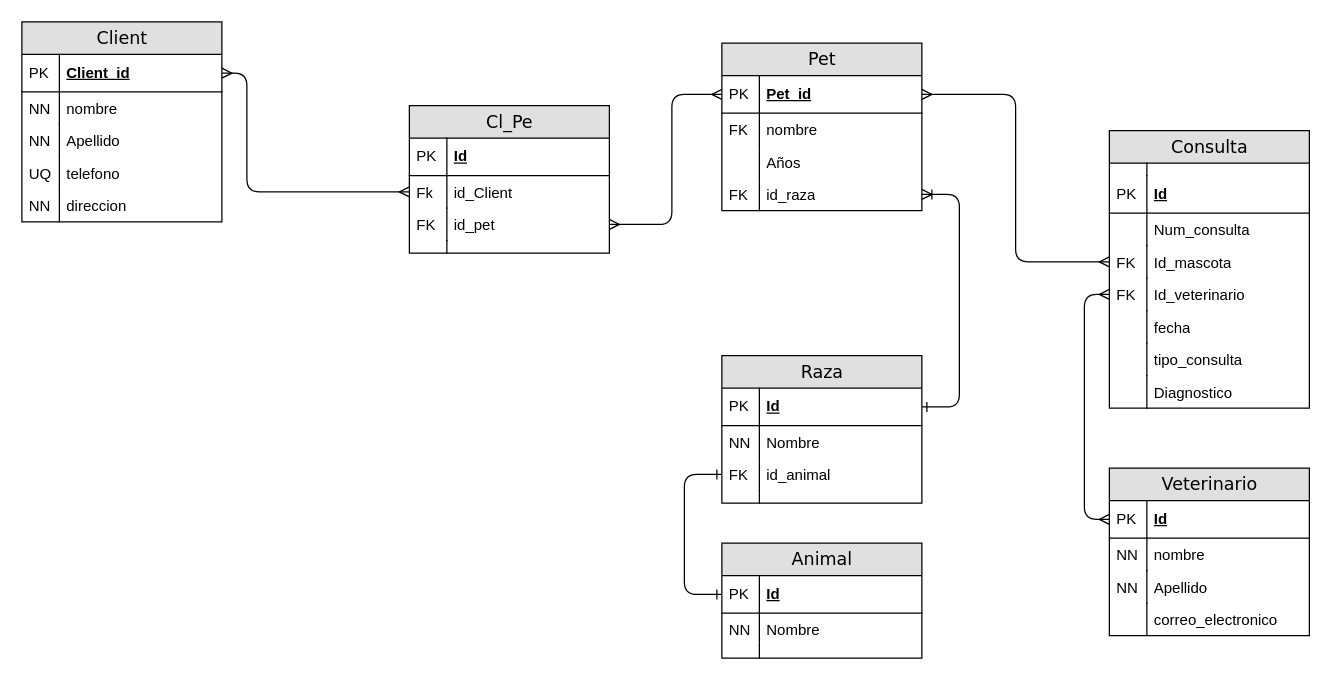
The draw.io diagram Diagrama sin título.drawio in Andres-Nicolas/Diagramas, before the edit. Source tidied: cells renumbered, new cells numbered last; positions are measured from the earlier drawing's top-left corner, leaving out a move shared by most shapes. Both pictures are drawn from the tidied source at 125%, with x=0, y=0 at pixel (21, 21).
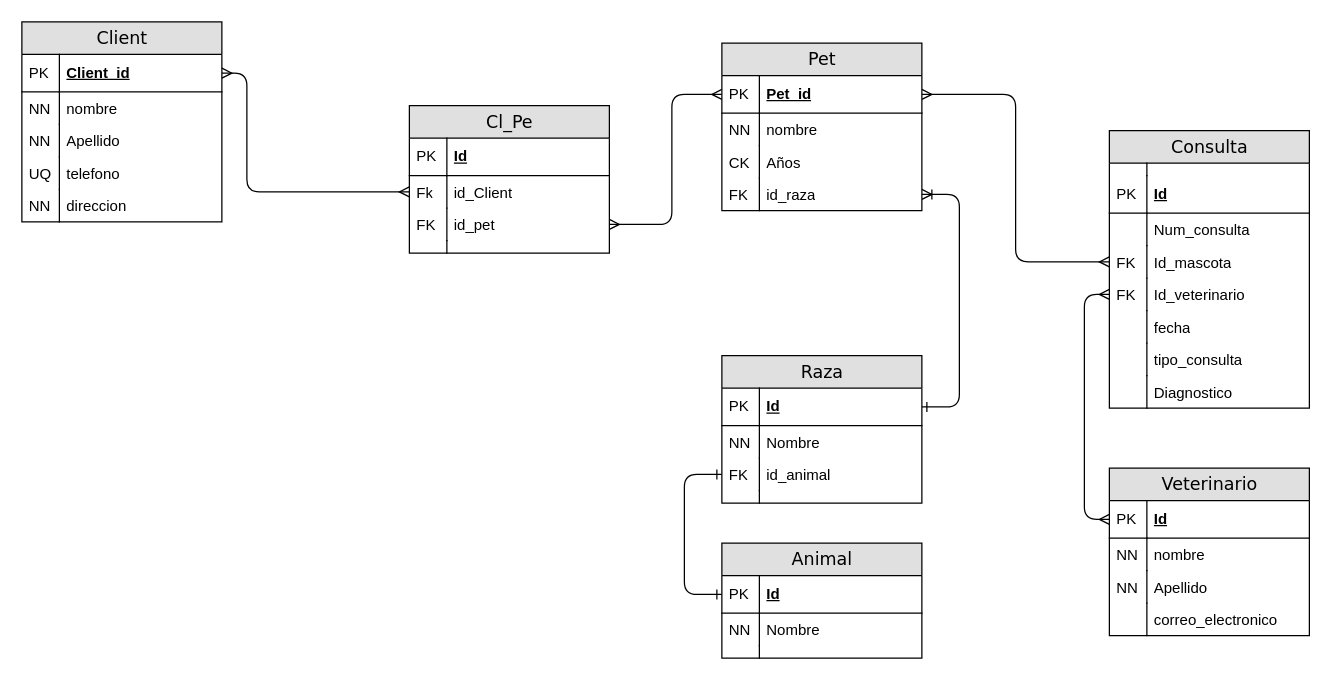
Above is the later version.

The change refers to these unchanged cells:
```xml
<mxCell id="57" value="nombre&lt;br&gt;" style="shape=partialRectangle;top=0;left=0;right=0;bottom=0;html=1;align=left;verticalAlign=top;fillColor=none;spacingLeft=34;spacingRight=4;whiteSpace=wrap;overflow=hidden;" parent="54" vertex="1">
  <mxGeometry y="56" width="160" height="26" as="geometry" />
</mxCell>
<mxCell id="59" value="Años" style="shape=partialRectangle;top=0;left=0;right=0;bottom=0;html=1;align=left;verticalAlign=top;fillColor=none;spacingLeft=34;spacingRight=4;whiteSpace=wrap;overflow=hidden;" parent="54" vertex="1">
  <mxGeometry y="82" width="160" height="26" as="geometry" />
</mxCell>
```

Diff of the diagram source:
```diff
@@
-    <mxCell id="58" value="FK" style="shape=partialRectangle;top=0;left=0;bottom=0;html=1;fillColor=none;align=left;verticalAlign=top;spacingLeft=4;spacingRight=4;whiteSpace=wrap;overflow=hidden;" parent="57" vertex="1">
+    <mxCell id="58" value="NN" style="shape=partialRectangle;top=0;left=0;bottom=0;html=1;fillColor=none;align=left;verticalAlign=top;spacingLeft=4;spacingRight=4;whiteSpace=wrap;overflow=hidden;" parent="57" vertex="1">
       <mxGeometry width="30" height="26" as="geometry" />
     </mxCell>
@@
-    <mxCell id="60" style="shape=partialRectangle;top=0;left=0;bottom=0;html=1;fillColor=none;align=left;verticalAlign=top;spacingLeft=4;spacingRight=4;whiteSpace=wrap;overflow=hidden;" parent="59" vertex="1">
+    <mxCell id="60" value="CK" style="shape=partialRectangle;top=0;left=0;bottom=0;html=1;fillColor=none;align=left;verticalAlign=top;spacingLeft=4;spacingRight=4;whiteSpace=wrap;overflow=hidden;" parent="59" vertex="1">
       <mxGeometry width="30" height="26" as="geometry" />
     </mxCell>
```
